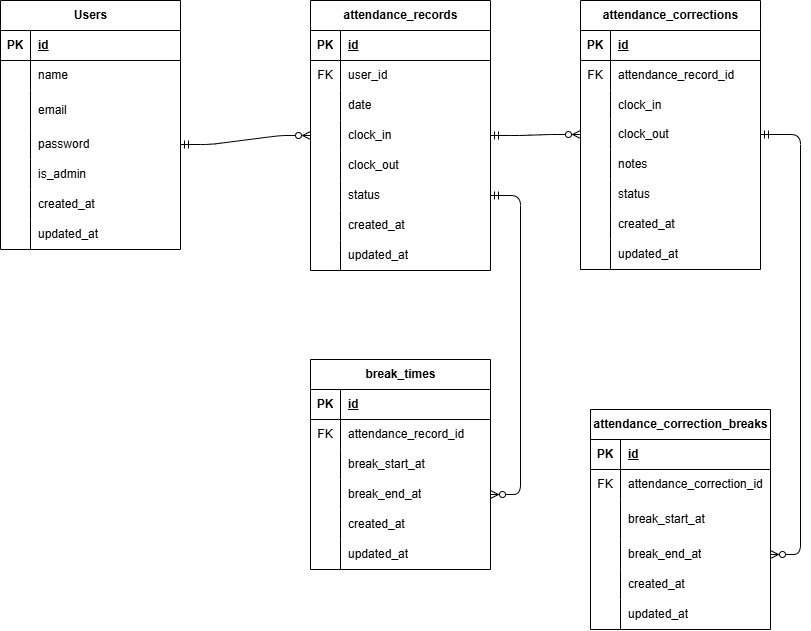
Above: ER.drawio.png in Kazuki-Yamaoka/attendance-app (draw.io), before the change. Source tidied: cells renumbered, new cells last; positions are measured from the earlier drawing's top-left corner, leaving out a move shared by most shapes.
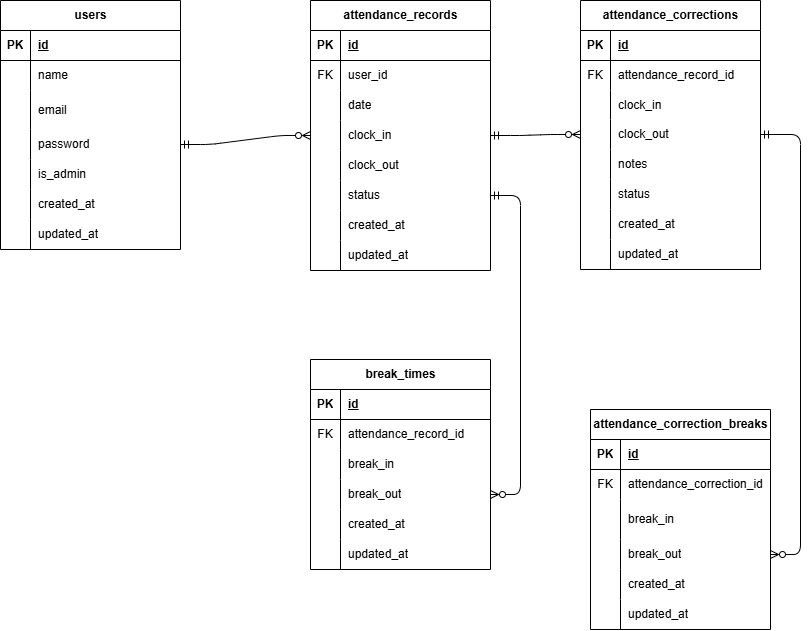
After the change.

Diff of the diagram source:
```diff
@@ -2,7 +2,7 @@
   <root>
     <mxCell id="0" />
     <mxCell id="1" parent="0" />
-    <mxCell id="2" value="Users" style="shape=table;startSize=30;rowLines=0;fontStyle=1;align=center;html=1;" parent="1" vertex="1">
+    <mxCell id="2" value="users" style="shape=table;startSize=30;rowLines=0;fontStyle=1;align=center;html=1;" parent="1" vertex="1">
       <mxGeometry width="180" height="249" as="geometry" />
     </mxCell>
     <mxCell id="3" style="shape=tableRow;horizontal=0;startSize=0;swimlaneHead=0;swimlaneBody=0;fillColor=none;top=0;left=0;right=0;bottom=1;" parent="2" vertex="1">
@@ -170,7 +170,7 @@
     <mxCell id="57" style="shape=partialRectangle;fillColor=none;top=0;left=0;bottom=0;right=0;overflow=hidden;whiteSpace=wrap;html=1;" parent="56" vertex="1">
       <mxGeometry width="30" height="30" as="geometry" />
     </mxCell>
-    <mxCell id="58" value="break_start_at" style="shape=partialRectangle;fillColor=none;top=0;left=0;bottom=0;right=0;align=left;spacingLeft=6;overflow=hidden;whiteSpace=wrap;html=1;" parent="56" vertex="1">
+    <mxCell id="58" value="break_in" style="shape=partialRectangle;fillColor=none;top=0;left=0;bottom=0;right=0;align=left;spacingLeft=6;overflow=hidden;whiteSpace=wrap;html=1;" parent="56" vertex="1">
       <mxGeometry x="30" width="150" height="30" as="geometry" />
     </mxCell>
     <mxCell id="59" style="shape=tableRow;horizontal=0;startSize=0;swimlaneHead=0;swimlaneBody=0;fillColor=none;points=[[0,0.5],[1,0.5]];portConstraint=eastwest;top=0;left=0;right=0;bottom=0;" parent="49" vertex="1">
@@ -179,7 +179,7 @@
     <mxCell id="60" style="shape=partialRectangle;fillColor=none;top=0;left=0;bottom=0;right=0;overflow=hidden;whiteSpace=wrap;html=1;" parent="59" vertex="1">
       <mxGeometry width="30" height="30" as="geometry" />
     </mxCell>
-    <mxCell id="61" value="break_end_at" style="shape=partialRectangle;fillColor=none;top=0;left=0;bottom=0;right=0;align=left;spacingLeft=6;overflow=hidden;whiteSpace=wrap;html=1;" parent="59" vertex="1">
+    <mxCell id="61" value="break_out" style="shape=partialRectangle;fillColor=none;top=0;left=0;bottom=0;right=0;align=left;spacingLeft=6;overflow=hidden;whiteSpace=wrap;html=1;" parent="59" vertex="1">
       <mxGeometry x="30" width="150" height="30" as="geometry" />
     </mxCell>
     <mxCell id="62" style="shape=tableRow;horizontal=0;startSize=0;swimlaneHead=0;swimlaneBody=0;fillColor=none;top=0;left=0;right=0;bottom=0;" parent="49" vertex="1">
@@ -281,9 +281,6 @@
     <mxCell id="94" style="edgeStyle=entityRelationEdgeStyle;fontSize=12;html=1;endArrow=ERzeroToMany;startArrow=ERmandOne;startFill=0;endFill=0;" parent="1" edge="1" source="40" target="59">
       <mxGeometry relative="1" as="geometry" />
     </mxCell>
-    <mxCell id="95" style="edgeStyle=entityRelationEdgeStyle;fontSize=12;html=1;endArrow=ERzeroToMany;endFill=0;startArrow=ERzeroToOne;startFill=0;" parent="1" edge="1" source="37" target="x">
-      <mxGeometry relative="1" as="geometry" />
-    </mxCell>
     <mxCell id="96" value="attendance_correction_breaks" style="shape=table;startSize=30;rowLines=0;fontStyle=1;align=center;html=1;" parent="1" vertex="1">
       <mxGeometry x="590" y="409" width="180" height="220" as="geometry" />
     </mxCell>
@@ -311,7 +308,7 @@
     <mxCell id="104" style="shape=partialRectangle;fillColor=none;top=0;left=0;bottom=0;right=0;overflow=hidden;whiteSpace=wrap;html=1;" parent="103" vertex="1">
       <mxGeometry width="30" height="40" as="geometry" />
     </mxCell>
-    <mxCell id="105" value="break_start_at" style="shape=partialRectangle;fillColor=none;top=0;left=0;bottom=0;right=0;align=left;spacingLeft=6;overflow=hidden;whiteSpace=wrap;html=1;" parent="103" vertex="1">
+    <mxCell id="105" value="break_in" style="shape=partialRectangle;fillColor=none;top=0;left=0;bottom=0;right=0;align=left;spacingLeft=6;overflow=hidden;whiteSpace=wrap;html=1;" parent="103" vertex="1">
       <mxGeometry x="30" width="150" height="40" as="geometry" />
     </mxCell>
     <mxCell id="106" style="shape=tableRow;horizontal=0;startSize=0;swimlaneHead=0;swimlaneBody=0;fillColor=none;points=[[0,0.5],[1,0.5]];portConstraint=eastwest;top=0;left=0;right=0;bottom=0;" parent="96" vertex="1">
@@ -320,7 +317,7 @@
     <mxCell id="107" style="shape=partialRectangle;fillColor=none;top=0;left=0;bottom=0;right=0;overflow=hidden;whiteSpace=wrap;html=1;" parent="106" vertex="1">
       <mxGeometry width="30" height="30" as="geometry" />
     </mxCell>
-    <mxCell id="108" value="break_end_at" style="shape=partialRectangle;fillColor=none;top=0;left=0;bottom=0;right=0;align=left;spacingLeft=6;overflow=hidden;whiteSpace=wrap;html=1;" parent="106" vertex="1">
+    <mxCell id="108" value="break_out" style="shape=partialRectangle;fillColor=none;top=0;left=0;bottom=0;right=0;align=left;spacingLeft=6;overflow=hidden;whiteSpace=wrap;html=1;" parent="106" vertex="1">
       <mxGeometry x="30" width="150" height="30" as="geometry" />
     </mxCell>
     <mxCell id="109" style="shape=tableRow;horizontal=0;startSize=0;swimlaneHead=0;swimlaneBody=0;fillColor=none;top=0;left=0;right=0;bottom=0;" parent="96" vertex="1">
```
